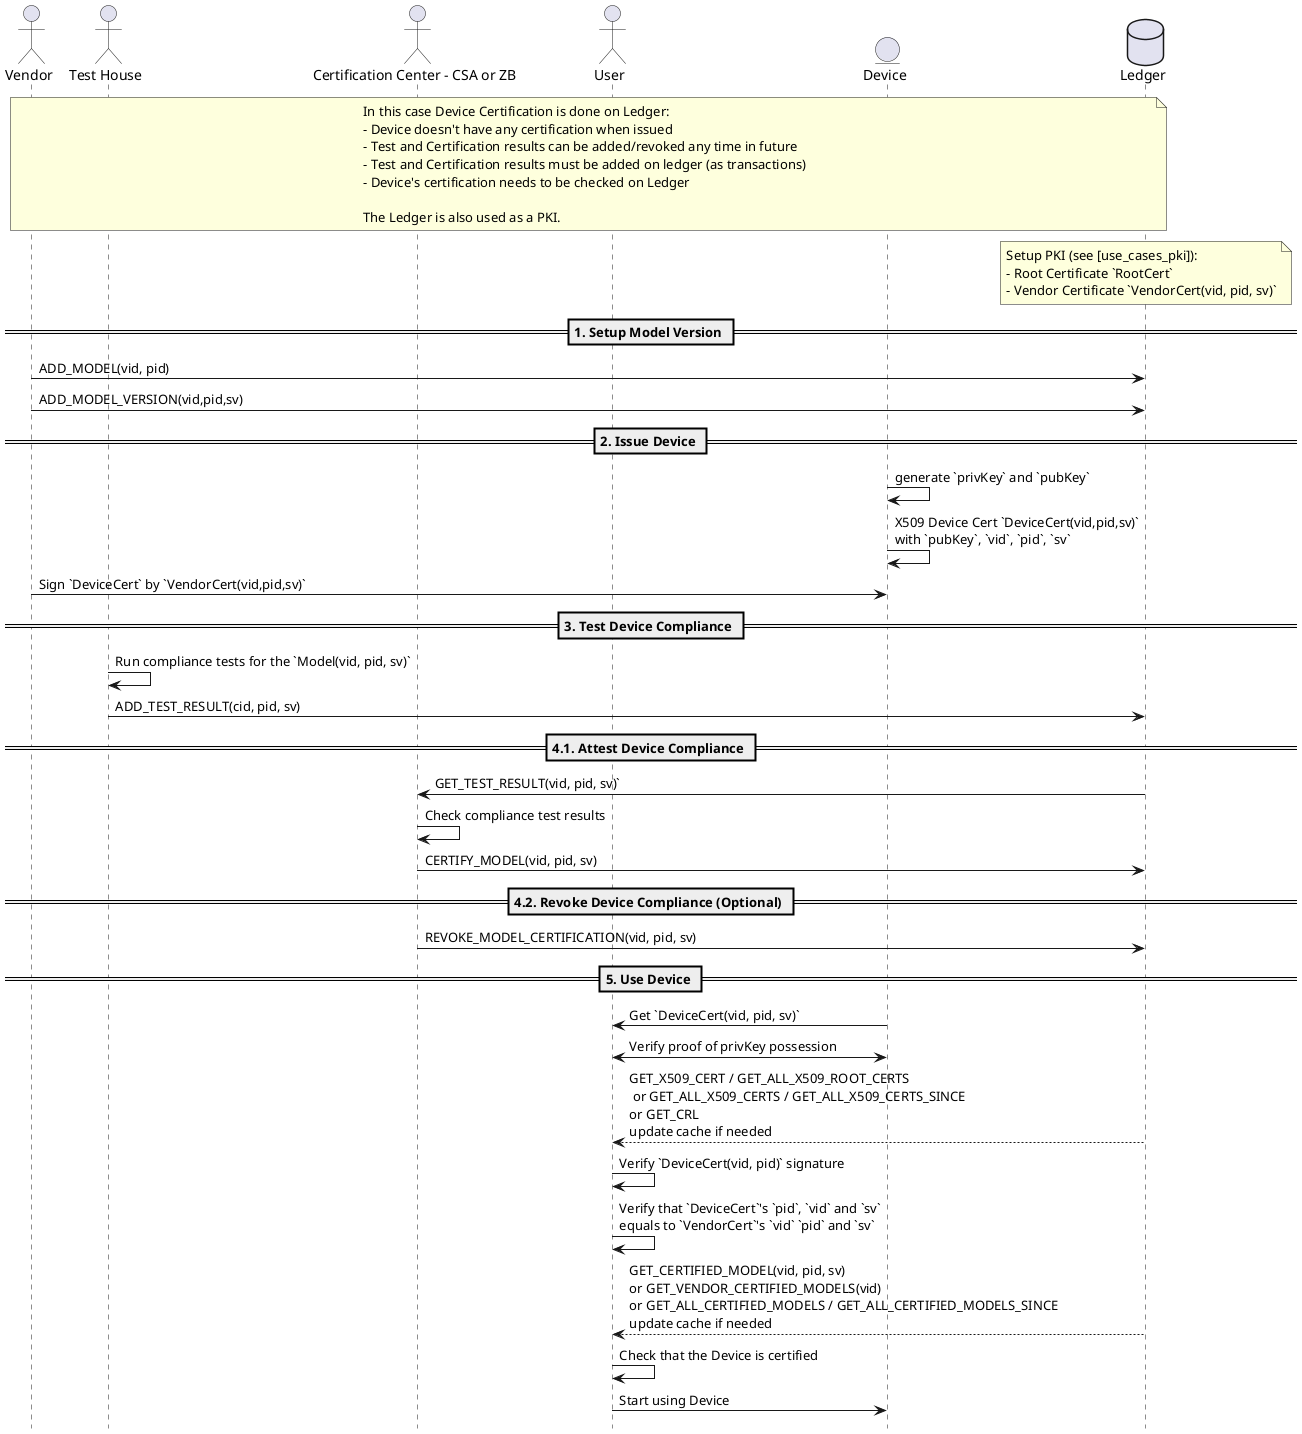
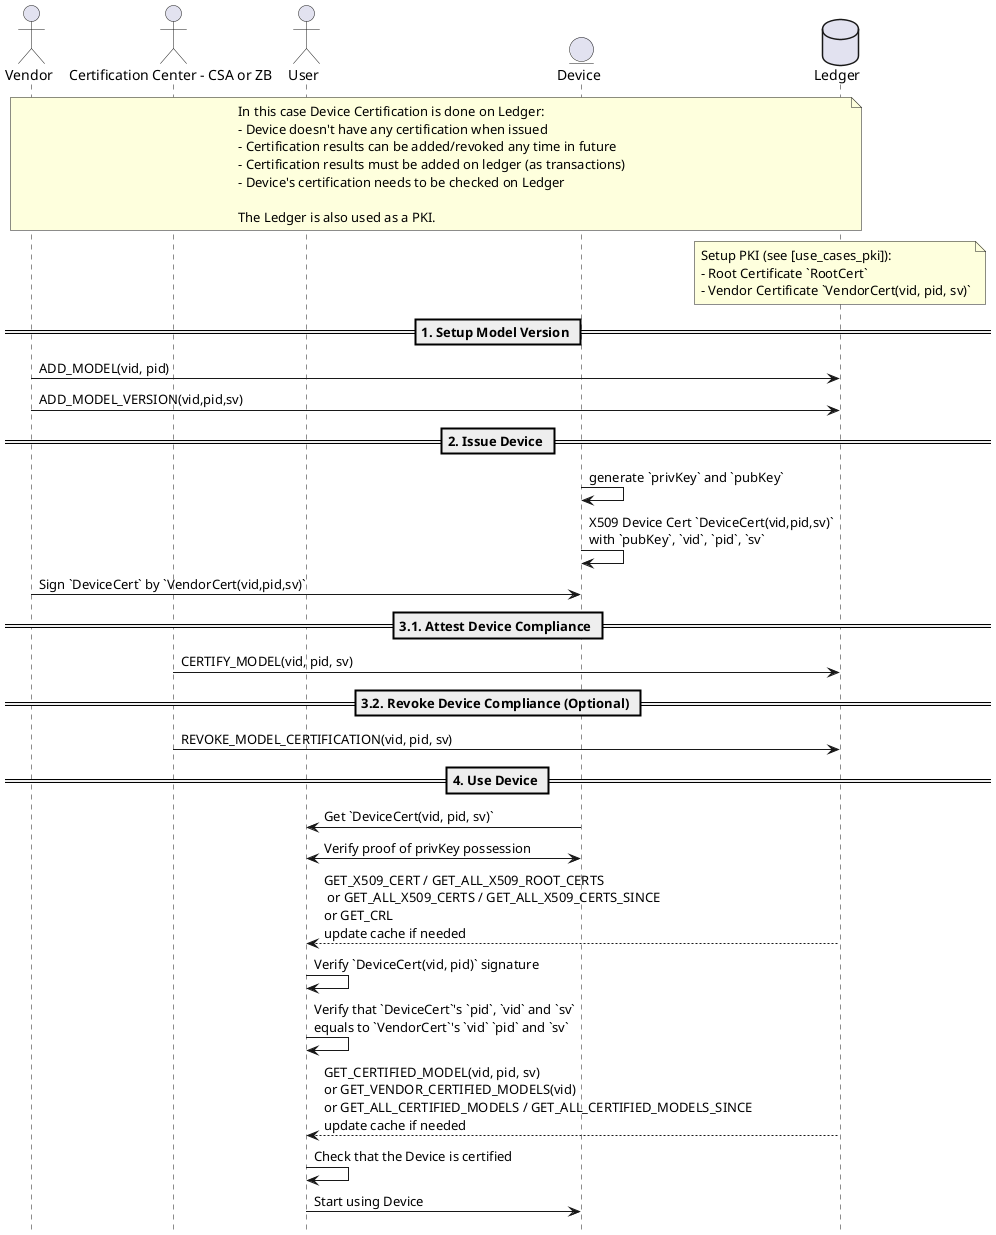
@startuml
!pragma teoz true
hide footbox

actor Vendor as V
- actor "Test House" as T
actor "Certification Center - CSA or ZB" as C
actor User as U
entity Device as D
database Ledger as L

note over V, L
In this case Device Certification is done on Ledger:
- Device doesn't have any certification when issued
- - Test and Certification results can be added/revoked any time in future
- - Test and Certification results must be added on ledger (as transactions)
+ - Certification results can be added/revoked any time in future
+ - Certification results must be added on ledger (as transactions)
- Device's certification needs to be checked on Ledger

The Ledger is also used as a PKI.
end note

note over L
Setup PKI (see [use_cases_pki]):
- Root Certificate `RootCert`
- Vendor Certificate `VendorCert(vid, pid, sv)`
end note

== 1. Setup Model Version ==
V -> L: ADD_MODEL(vid, pid)
V -> L: ADD_MODEL_VERSION(vid,pid,sv)

== 2. Issue Device ==
D -> D: generate `privKey` and `pubKey`
D -> D: X509 Device Cert `DeviceCert(vid,pid,sv)`\nwith `pubKey`, `vid`, `pid`, `sv`
V -> D: Sign `DeviceCert` by `VendorCert(vid,pid,sv)`

- == 3. Test Device Compliance ==
- T -> T: Run compliance tests for the `Model(vid, pid, sv)`
- T -> L: ADD_TEST_RESULT(cid, pid, sv)
- 
- == 4.1. Attest Device Compliance ==
- C <- L: GET_TEST_RESULT(vid, pid, sv)`
- C -> C: Check compliance test results
+ == 3.1. Attest Device Compliance ==
C -> L: CERTIFY_MODEL(vid, pid, sv)

- 
- == 4.2. Revoke Device Compliance (Optional) ==
+ == 3.2. Revoke Device Compliance (Optional) ==
C -> L: REVOKE_MODEL_CERTIFICATION(vid, pid, sv)

- == 5. Use Device ==
+ == 4. Use Device ==
U <- D: Get `DeviceCert(vid, pid, sv)`
U <-> D: Verify proof of privKey possession
U <-- L: GET_X509_CERT / GET_ALL_X509_ROOT_CERTS\n or GET_ALL_X509_CERTS / GET_ALL_X509_CERTS_SINCE\nor GET_CRL\nupdate cache if needed
U -> U: Verify `DeviceCert(vid, pid)` signature
U -> U: Verify that `DeviceCert`'s `pid`, `vid` and `sv`\nequals to `VendorCert`'s `vid` `pid` and `sv`
U <-- L:GET_CERTIFIED_MODEL(vid, pid, sv)\nor GET_VENDOR_CERTIFIED_MODELS(vid)\nor GET_ALL_CERTIFIED_MODELS / GET_ALL_CERTIFIED_MODELS_SINCE\nupdate cache if needed
U -> U: Check that the Device is certified
U -> D: Start using Device
@enduml